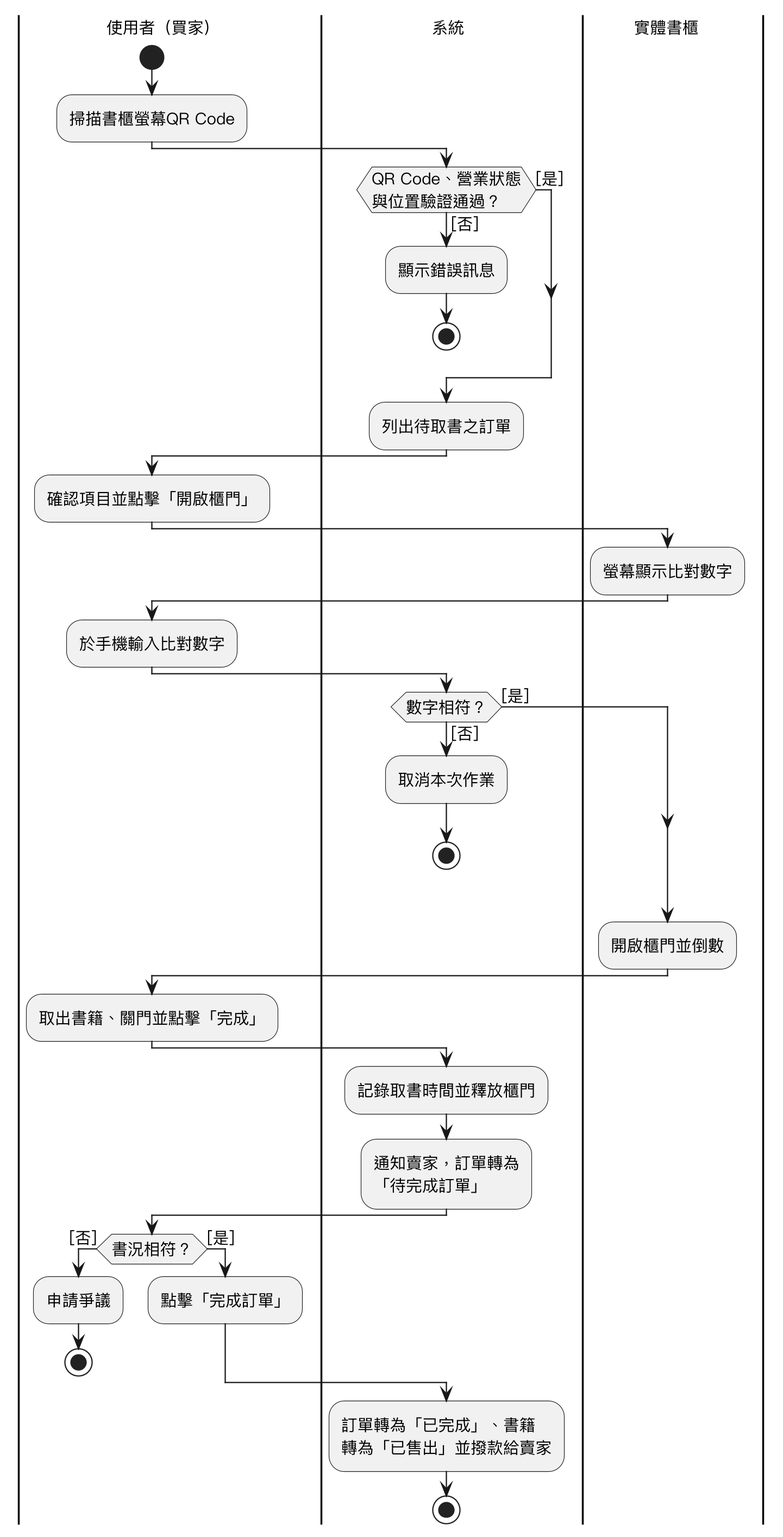
This is Diagrams/Activity diagram/v3/uc06.png from SaveMyBook/SaveMyBook, a PlantUML export, as it was before one commit.
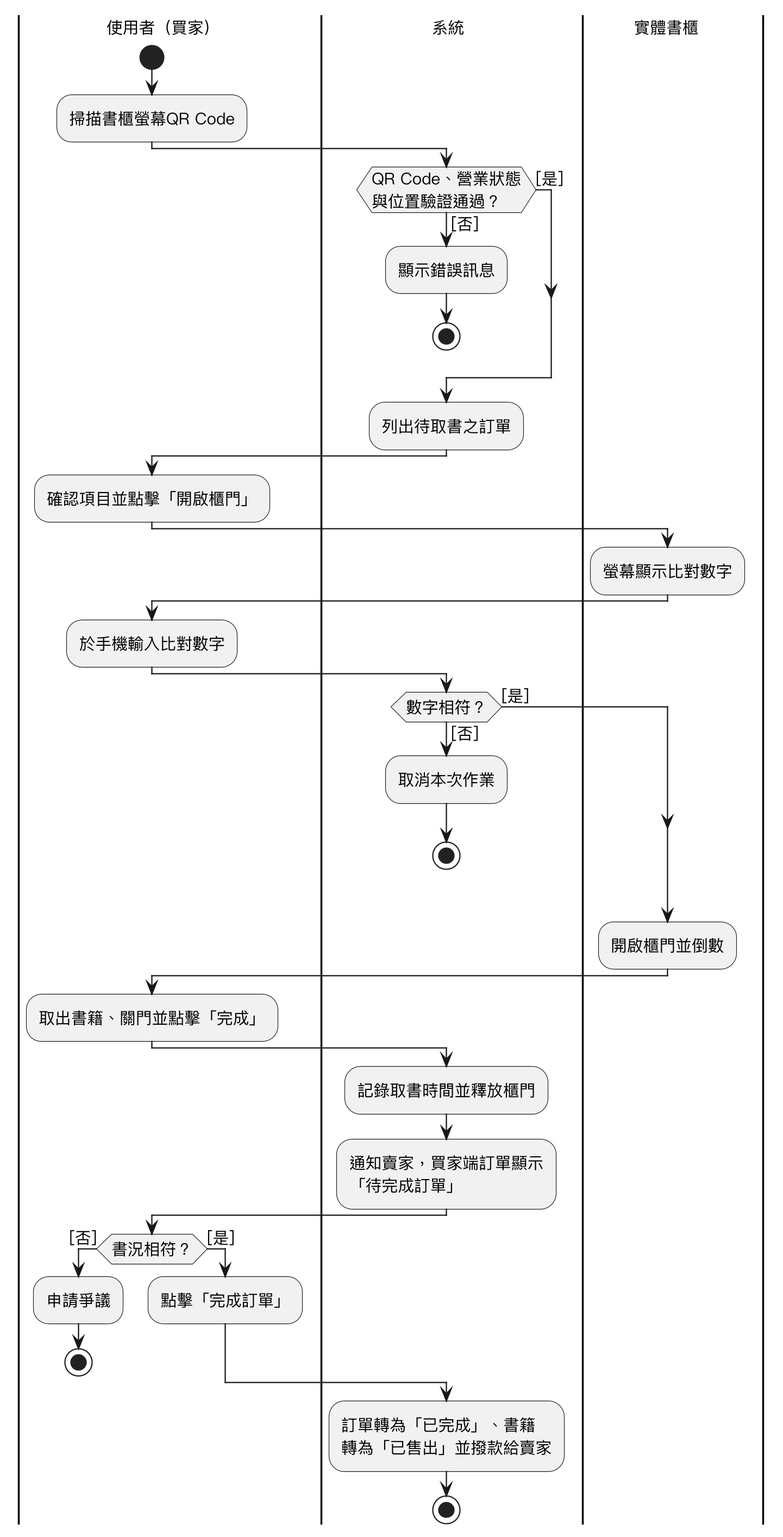
Later version of the same file.

Change to the diagram source:
```diff
@@ -33,7 +33,7 @@
 :取出書籍、關門並點擊「完成」;
 |系統|
 :記錄取書時間並釋放櫃門;
-:通知賣家，訂單轉為\n「待完成訂單」;
+:通知賣家，買家端訂單顯示\n「待完成訂單」;
 |使用者（買家）|
 if (書況相符？) then ([否])
   :申請爭議;
```
